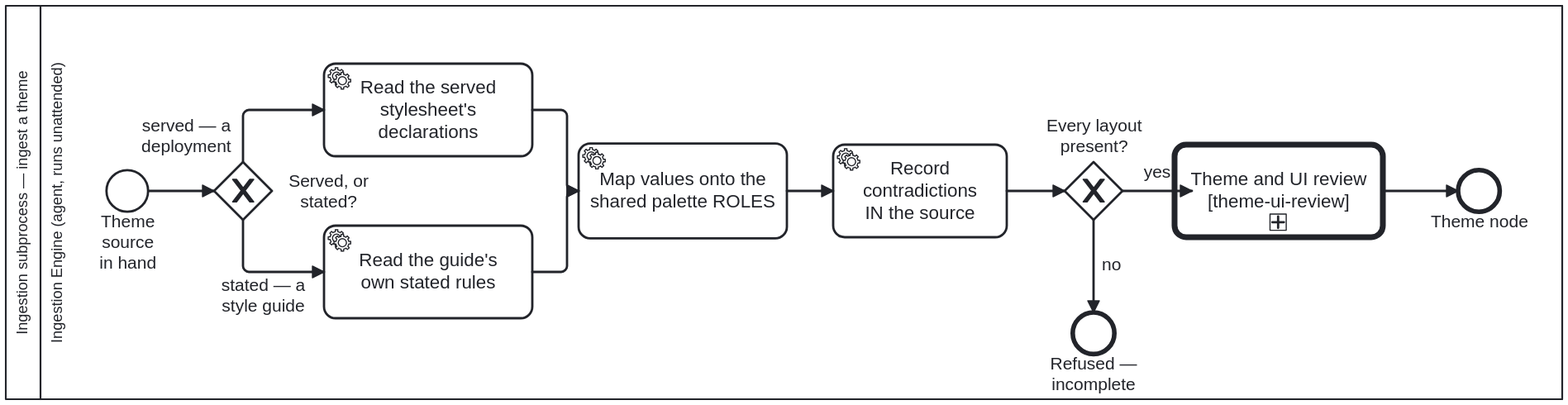
This is docs/assets/img/workflows/ingest-theme.svg from litlfred/cat-harness, a BPMN export, as it was before one commit. Its source is kept beside it as processes/ui/ingest-theme.bpmn. Ids are renumbered.
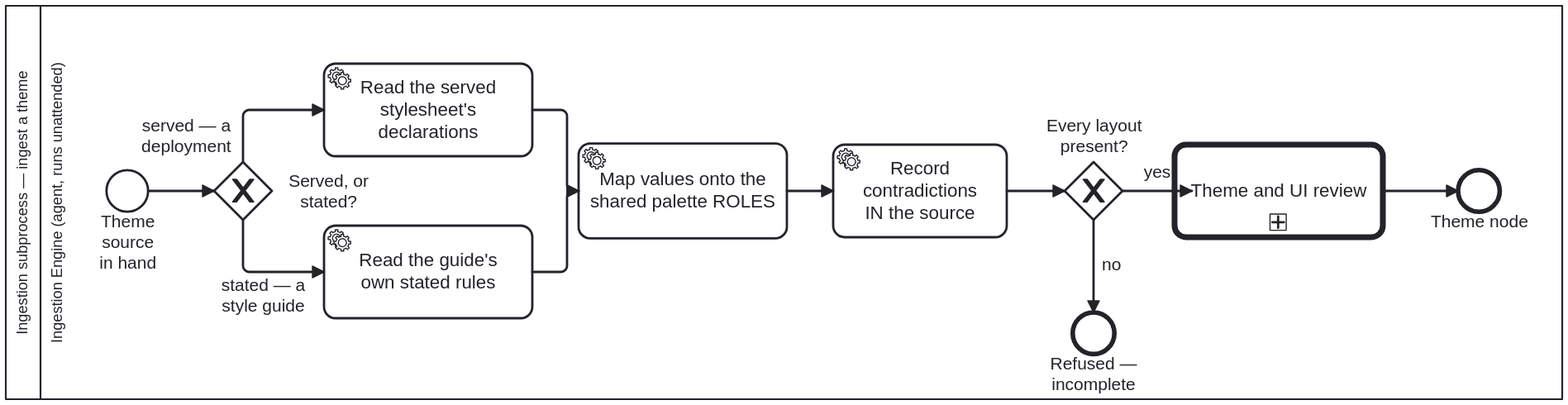
The same diagram one commit later.

Change to the diagram source:
```diff
@@ -118,8 +118,7 @@
       <bpmn:documentation>j66n's fourth clause: every layout still required, and a missing one stays INVALID rather than degraded. Three viewports for a screen theme, three print formats for a publication one. A theme that quietly dropped a layout would render correctly everywhere the missing one is not used, which is the state this refusal exists to prevent.</bpmn:documentation>
       <bpmn:incoming>Flow_t9</bpmn:incoming>
     </bpmn:endEvent>
-    <bpmn:callActivity id="Task_Review" name="Theme and UI review
-[theme-ui-review]" calledElement="Process_ThemeUIReview">
+    <bpmn:callActivity id="Task_Review" name="Theme and UI review" calledElement="Process_ThemeUIReview">
       <bpmn:documentation>THEME REVIEW HAPPENS HERE AND NOWHERE ELSE. Owner, 2026-09-23: "theme review to ingestion of graphical assets in context of website or app design and determining graphical assets/UI"; asked directly on 2026-09-24 whether that meant ONLY at ingestion: "Yes only at ingestion". Bean `9fdi`.
 
 So this step now CALLS `theme-ui-review.bpmn` rather than performing one automated check out of it. Until 2026-09-24 it carried a `folio:no-call` reason — "calling it would put a human gate into an automated ingest" — and the review ran post-MVP from `crdm-deliver.bpmn` instead. That call is gone, and the reason for not calling is withdrawn rather than left standing beside a call it contradicts.
```
